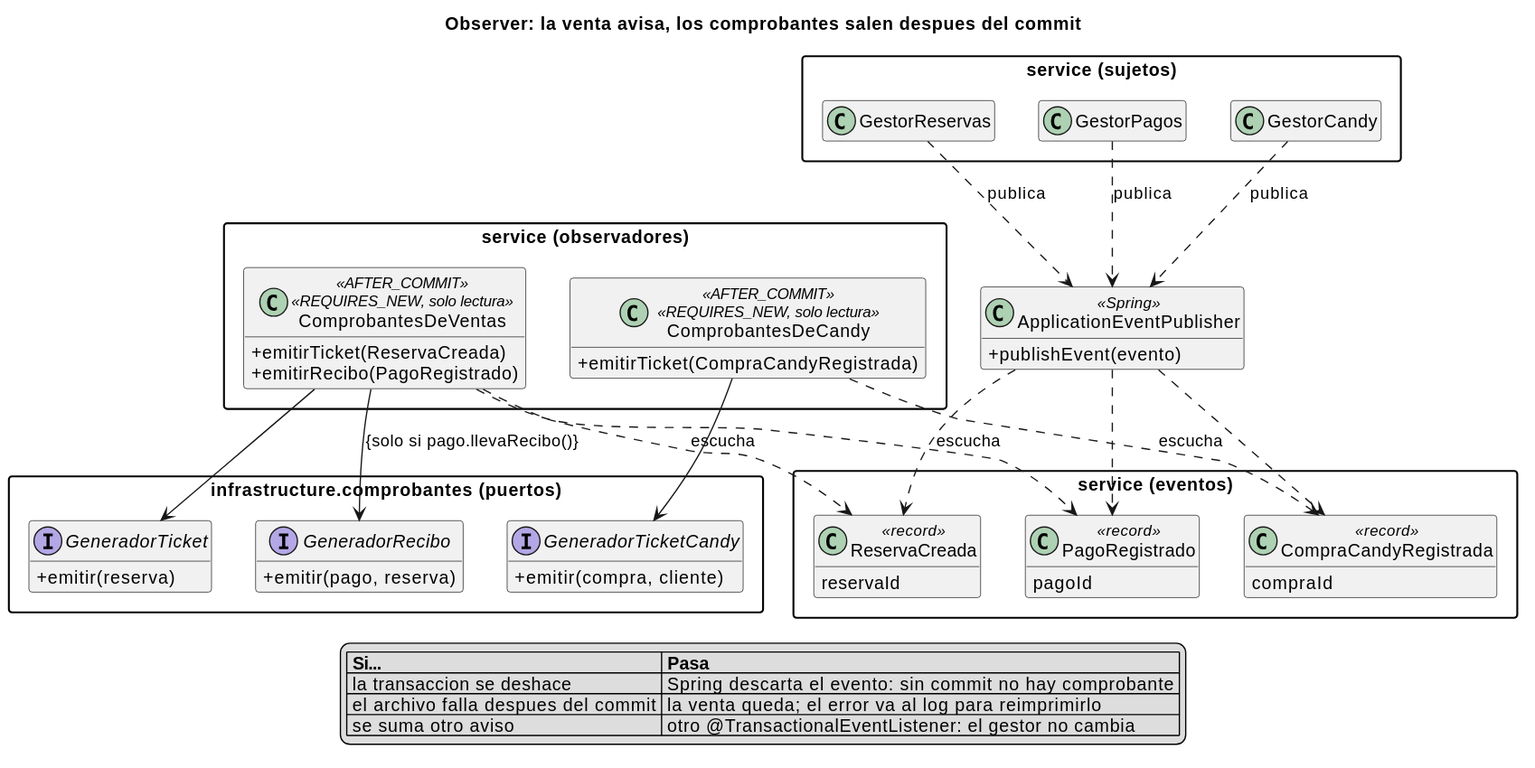
Before: _other/docs/diagramas/patron-observer.svg, a diagram exported from PlantUML (andreiveisuade/cine-uade). Source of this version:
```plantuml
@startuml
title Observer: la venta avisa, los comprobantes salen despues del commit

skinparam classAttributeIconSize 0
skinparam packageStyle rectangle
hide empty members


package "service (sujetos)" as sujetos {
  class GestorReservas
  class GestorPagos
  class GestorCandy
}

class "ApplicationEventPublisher" as Spring <<Spring>> {
  +publishEvent(evento)
}

package "service (eventos)" as eventos {
  class ReservaCreada <<record>> {
    reservaId
  }
  class PagoRegistrado <<record>> {
    pagoId
  }
  class CompraCandyRegistrada <<record>> {
    compraId
  }
}

package "service (observadores)" as observadores {
  class ComprobantesDeVentas <<AFTER_COMMIT>> <<REQUIRES_NEW, solo lectura>> {
    +emitirTicket(ReservaCreada)
    +emitirRecibo(PagoRegistrado)
  }
  class ComprobantesDeCandy <<AFTER_COMMIT>> <<REQUIRES_NEW, solo lectura>> {
    +emitirTicket(CompraCandyRegistrada)
  }
}

package "infrastructure.comprobantes (puertos)" as puertos {
  interface GeneradorTicket {
    +emitir(reserva)
  }
  interface GeneradorRecibo {
    +emitir(pago, reserva)
  }
  interface GeneradorTicketCandy {
    +emitir(compra, cliente)
  }
}

GestorReservas ..> Spring : publica
GestorPagos ..> Spring : publica
GestorCandy ..> Spring : publica
Spring ..> ReservaCreada
Spring ..> PagoRegistrado
Spring ..> CompraCandyRegistrada

ComprobantesDeVentas ..> ReservaCreada : escucha
ComprobantesDeVentas ..> PagoRegistrado : escucha
ComprobantesDeCandy ..> CompraCandyRegistrada : escucha

ComprobantesDeVentas --> GeneradorTicket
ComprobantesDeVentas --> GeneradorRecibo : {solo si pago.llevaRecibo()}
ComprobantesDeCandy --> GeneradorTicketCandy

legend bottom
  |= Si... |= Pasa |
  | la transaccion se deshace | Spring descarta el evento: sin commit no hay comprobante |
  | el archivo falla despues del commit | la venta queda; el error va al log para reimprimirlo |
  | se suma otro aviso | otro @TransactionalEventListener: el gestor no cambia |
endlegend
@enduml
```
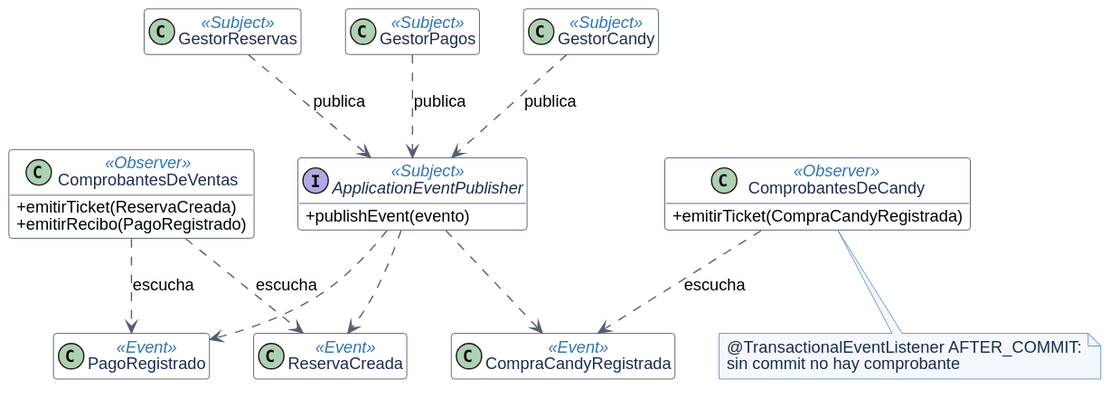
After the commit.

The edit, as a diff of the source:
```diff
@@ -1,74 +1,29 @@
 @startuml
-title Observer: la venta avisa, los comprobantes salen despues del commit
-
-skinparam classAttributeIconSize 0
-skinparam packageStyle rectangle
-hide empty members
-
-
-package "service (sujetos)" as sujetos {
-  class GestorReservas
-  class GestorPagos
-  class GestorCandy
+!include _estilo-patrones.iuml
+class GestorReservas <<Subject>>
+class GestorPagos <<Subject>>
+class GestorCandy <<Subject>>
+interface ApplicationEventPublisher <<Subject>> {
+  + publishEvent(evento)
 }
-
-class "ApplicationEventPublisher" as Spring <<Spring>> {
-  +publishEvent(evento)
+class ReservaCreada <<Event>>
+class PagoRegistrado <<Event>>
+class CompraCandyRegistrada <<Event>>
+class ComprobantesDeVentas <<Observer>> {
+  + emitirTicket(ReservaCreada)
+  + emitirRecibo(PagoRegistrado)
 }
-
-package "service (eventos)" as eventos {
-  class ReservaCreada <<record>> {
-    reservaId
-  }
-  class PagoRegistrado <<record>> {
-    pagoId
-  }
-  class CompraCandyRegistrada <<record>> {
-    compraId
-  }
+class ComprobantesDeCandy <<Observer>> {
+  + emitirTicket(CompraCandyRegistrada)
 }
-
-package "service (observadores)" as observadores {
-  class ComprobantesDeVentas <<AFTER_COMMIT>> <<REQUIRES_NEW, solo lectura>> {
-    +emitirTicket(ReservaCreada)
-    +emitirRecibo(PagoRegistrado)
-  }
-  class ComprobantesDeCandy <<AFTER_COMMIT>> <<REQUIRES_NEW, solo lectura>> {
-    +emitirTicket(CompraCandyRegistrada)
-  }
-}
-
-package "infrastructure.comprobantes (puertos)" as puertos {
-  interface GeneradorTicket {
-    +emitir(reserva)
-  }
-  interface GeneradorRecibo {
-    +emitir(pago, reserva)
-  }
-  interface GeneradorTicketCandy {
-    +emitir(compra, cliente)
-  }
-}
-
-GestorReservas ..> Spring : publica
-GestorPagos ..> Spring : publica
-GestorCandy ..> Spring : publica
-Spring ..> ReservaCreada
-Spring ..> PagoRegistrado
-Spring ..> CompraCandyRegistrada
-
+GestorReservas ..> ApplicationEventPublisher : publica
+GestorPagos ..> ApplicationEventPublisher : publica
+GestorCandy ..> ApplicationEventPublisher : publica
+ApplicationEventPublisher ..> ReservaCreada
+ApplicationEventPublisher ..> PagoRegistrado
+ApplicationEventPublisher ..> CompraCandyRegistrada
 ComprobantesDeVentas ..> ReservaCreada : escucha
 ComprobantesDeVentas ..> PagoRegistrado : escucha
 ComprobantesDeCandy ..> CompraCandyRegistrada : escucha
-
-ComprobantesDeVentas --> GeneradorTicket
-ComprobantesDeVentas --> GeneradorRecibo : {solo si pago.llevaRecibo()}
-ComprobantesDeCandy --> GeneradorTicketCandy
-
-legend bottom
-  |= Si... |= Pasa |
-  | la transaccion se deshace | Spring descarta el evento: sin commit no hay comprobante |
-  | el archivo falla despues del commit | la venta queda; el error va al log para reimprimirlo |
-  | se suma otro aviso | otro @TransactionalEventListener: el gestor no cambia |
-endlegend
+note bottom of ComprobantesDeCandy : @TransactionalEventListener AFTER_COMMIT:\nsin commit no hay comprobante
 @enduml
```
